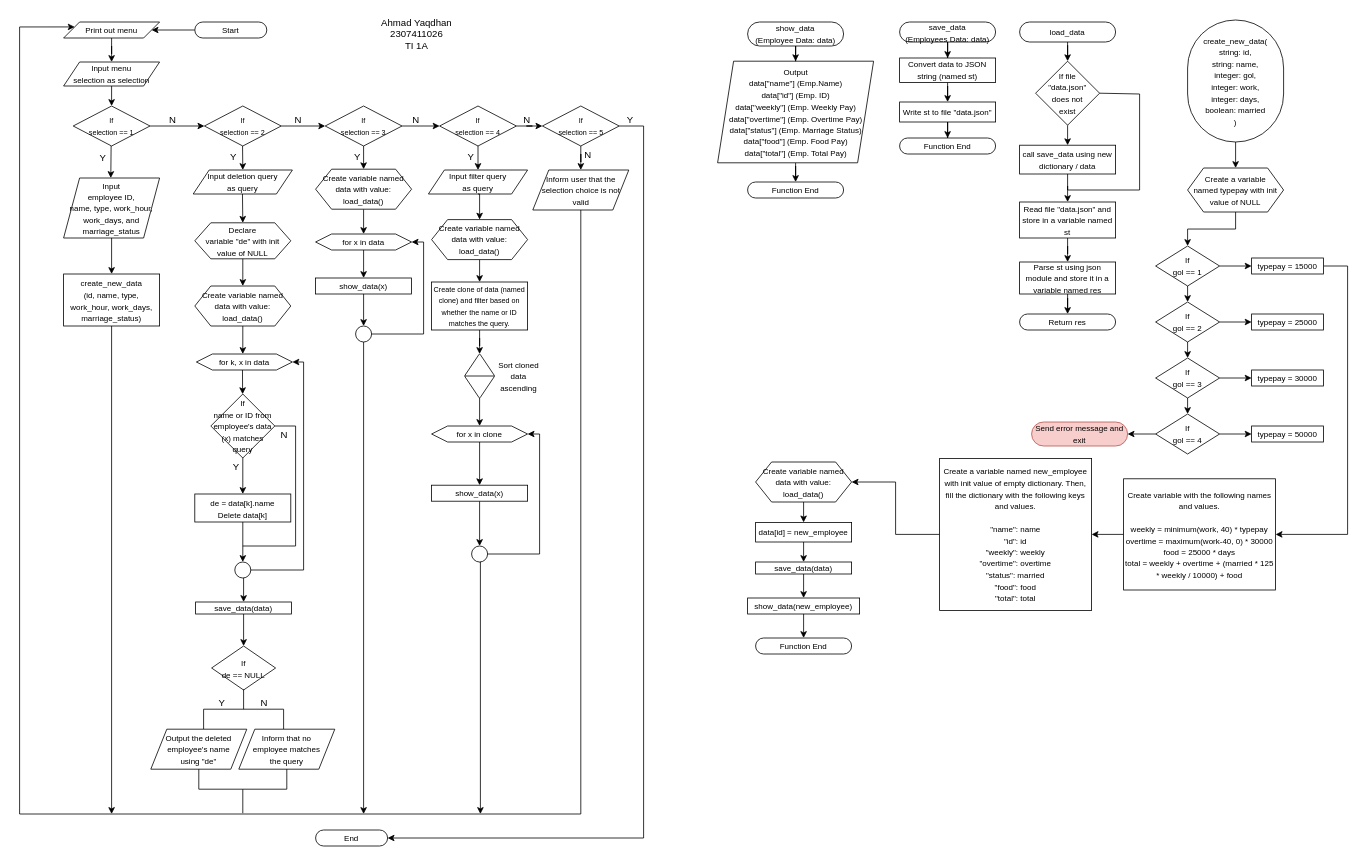
This is Ahmad Yaqdhan_TI 1A_Algoritma_Flowchart Akhir.drawio from Mednoob/Mednoob, a draw.io file, before an edit. Source tidied: cells renumbered, new cells numbered last; positions are measured from the earlier drawing's top-left corner, leaving out a move shared by most shapes. Both pictures are drawn from the tidied source at 80%, with x=0, y=0 at pixel (19, 14).
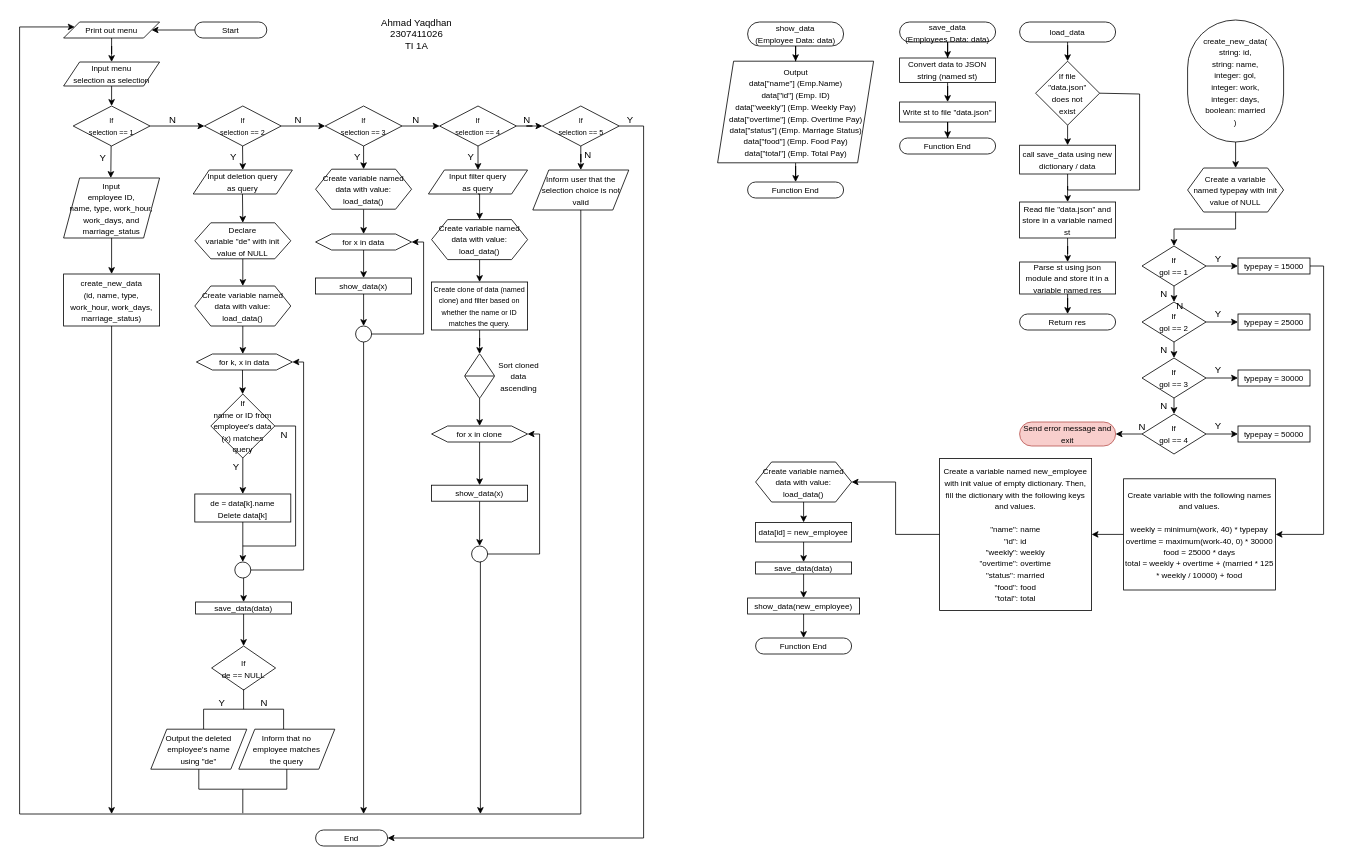
The same page after the edit.

Commit message (it also covers changes not shown here):
feat: update algorithm final battle

The change refers to these unchanged cells:
```xml
<mxCell id="135" value="&lt;font style=&quot;font-size: 10px;&quot;&gt;Create variable with the following names and values.&lt;br&gt;&lt;br&gt;weekly = minimum(work, 40) * typepay&lt;br&gt;overtime = maximum(work-40, 0) * 30000&lt;br&gt;food = 25000 * days&lt;br&gt;total = weekly + overtime + (married * 125 * weekly / 10000) + food&lt;br&gt;&lt;/font&gt;" style="rounded=0;whiteSpace=wrap;html=1;" parent="1" vertex="1">
  <mxGeometry x="1380" y="581" width="190" height="139" as="geometry" />
</mxCell>
```

Change to the diagram source:
```diff
@@
     <mxCell id="118" value="&lt;font style=&quot;font-size: 10px;&quot;&gt;If&lt;br&gt;gol == 1&lt;/font&gt;" style="rhombus;whiteSpace=wrap;html=1;" parent="1" vertex="1">
-      <mxGeometry x="1420" y="290" width="80" height="50" as="geometry" />
+      <mxGeometry x="1403" y="290" width="80" height="50" as="geometry" />
     </mxCell>
     <mxCell id="119" style="edgeStyle=orthogonalEdgeStyle;rounded=0;jettySize=auto;html=1;entryX=1;entryY=0.5;entryDx=0;entryDy=0;" parent="1" edge="1" source="120" target="135">
       <mxGeometry relative="1" as="geometry">
         <Array as="points">
-          <mxPoint x="1660" y="315" />
-          <mxPoint x="1660" y="650" />
+          <mxPoint x="1630" y="315" />
+          <mxPoint x="1630" y="650" />
         </Array>
       </mxGeometry>
     </mxCell>
     <mxCell id="120" value="&lt;font style=&quot;font-size: 10px;&quot;&gt;typepay = 15000&lt;/font&gt;" style="rounded=0;whiteSpace=wrap;html=1;" parent="1" vertex="1">
-      <mxGeometry x="1540" y="305" width="90" height="20" as="geometry" />
+      <mxGeometry x="1523" y="305" width="90" height="20" as="geometry" />
     </mxCell>
@@
     <mxCell id="123" value="&lt;font style=&quot;font-size: 10px;&quot;&gt;If&lt;br&gt;gol == 2&lt;/font&gt;" style="rhombus;whiteSpace=wrap;html=1;" parent="1" vertex="1">
-      <mxGeometry x="1420" y="360" width="80" height="50" as="geometry" />
+      <mxGeometry x="1403" y="360" width="80" height="50" as="geometry" />
     </mxCell>
@@
     <mxCell id="126" value="&lt;font style=&quot;font-size: 10px;&quot;&gt;If&lt;br&gt;gol == 3&lt;/font&gt;" style="rhombus;whiteSpace=wrap;html=1;" parent="1" vertex="1">
-      <mxGeometry x="1420" y="430" width="80" height="50" as="geometry" />
+      <mxGeometry x="1403" y="430" width="80" height="50" as="geometry" />
     </mxCell>
@@
     <mxCell id="129" value="&lt;font style=&quot;font-size: 10px;&quot;&gt;If&lt;br&gt;gol == 4&lt;/font&gt;" style="rhombus;whiteSpace=wrap;html=1;" parent="1" vertex="1">
-      <mxGeometry x="1420" y="500" width="80" height="50" as="geometry" />
+      <mxGeometry x="1403" y="500" width="80" height="50" as="geometry" />
     </mxCell>
     <mxCell id="130" value="&lt;font style=&quot;font-size: 10px;&quot;&gt;typepay = 25000&lt;/font&gt;" style="rounded=0;whiteSpace=wrap;html=1;" parent="1" vertex="1">
-      <mxGeometry x="1540" y="375" width="90" height="20" as="geometry" />
+      <mxGeometry x="1523" y="375" width="90" height="20" as="geometry" />
     </mxCell>
     <mxCell id="131" value="&lt;font style=&quot;font-size: 10px;&quot;&gt;typepay = 30000&lt;/font&gt;" style="rounded=0;whiteSpace=wrap;html=1;" parent="1" vertex="1">
-      <mxGeometry x="1540" y="445" width="90" height="20" as="geometry" />
+      <mxGeometry x="1523" y="445" width="90" height="20" as="geometry" />
     </mxCell>
     <mxCell id="132" value="&lt;font style=&quot;font-size: 10px;&quot;&gt;typepay = 50000&lt;/font&gt;" style="rounded=0;whiteSpace=wrap;html=1;" parent="1" vertex="1">
-      <mxGeometry x="1540" y="515" width="90" height="20" as="geometry" />
+      <mxGeometry x="1523" y="515" width="90" height="20" as="geometry" />
     </mxCell>
     <mxCell id="133" value="&lt;font style=&quot;font-size: 10px;&quot;&gt;Send error message and exit&lt;/font&gt;" style="rounded=1;whiteSpace=wrap;html=1;arcSize=50;fillColor=#f8cecc;strokeColor=#b85450;" parent="1" vertex="1">
-      <mxGeometry x="1265" y="510" width="120" height="30" as="geometry" />
+      <mxGeometry x="1250" y="510" width="120" height="30" as="geometry" />
     </mxCell>
@@
+    <mxCell id="153" value="Y" style="text;html=1;strokeColor=none;fillColor=none;align=center;verticalAlign=middle;whiteSpace=wrap;rounded=0;" parent="1" vertex="1">
+      <mxGeometry x="1491" y="291" width="15" height="30" as="geometry" />
+    </mxCell>
+    <mxCell id="154" value="Y" style="text;html=1;strokeColor=none;fillColor=none;align=center;verticalAlign=middle;whiteSpace=wrap;rounded=0;" parent="1" vertex="1">
+      <mxGeometry x="1491" y="360" width="15" height="30" as="geometry" />
+    </mxCell>
+    <mxCell id="155" value="Y" style="text;html=1;strokeColor=none;fillColor=none;align=center;verticalAlign=middle;whiteSpace=wrap;rounded=0;" parent="1" vertex="1">
+      <mxGeometry x="1491" y="430" width="15" height="30" as="geometry" />
+    </mxCell>
+    <mxCell id="156" value="Y" style="text;html=1;strokeColor=none;fillColor=none;align=center;verticalAlign=middle;whiteSpace=wrap;rounded=0;" parent="1" vertex="1">
+      <mxGeometry x="1491" y="500" width="15" height="30" as="geometry" />
+    </mxCell>
+    <mxCell id="157" value="N" style="text;html=1;strokeColor=none;fillColor=none;align=center;verticalAlign=middle;whiteSpace=wrap;rounded=0;" parent="1" vertex="1">
+      <mxGeometry x="1423" y="340" width="15" height="20" as="geometry" />
+    </mxCell>
+    <mxCell id="158" value="N" style="text;html=1;strokeColor=none;fillColor=none;align=center;verticalAlign=middle;whiteSpace=wrap;rounded=0;" parent="1" vertex="1">
+      <mxGeometry x="1423" y="410" width="15" height="20" as="geometry" />
+    </mxCell>
+    <mxCell id="159" value="N" style="text;html=1;strokeColor=none;fillColor=none;align=center;verticalAlign=middle;whiteSpace=wrap;rounded=0;" parent="1" vertex="1">
+      <mxGeometry x="1443" y="355" width="15" height="20" as="geometry" />
+    </mxCell>
+    <mxCell id="160" value="N" style="text;html=1;strokeColor=none;fillColor=none;align=center;verticalAlign=middle;whiteSpace=wrap;rounded=0;" parent="1" vertex="1">
+      <mxGeometry x="1423" y="480" width="15" height="20" as="geometry" />
+    </mxCell>
+    <mxCell id="161" value="N" style="text;html=1;strokeColor=none;fillColor=none;align=center;verticalAlign=middle;whiteSpace=wrap;rounded=0;" parent="1" vertex="1">
+      <mxGeometry x="1396" y="506" width="15" height="20" as="geometry" />
+    </mxCell>
```
